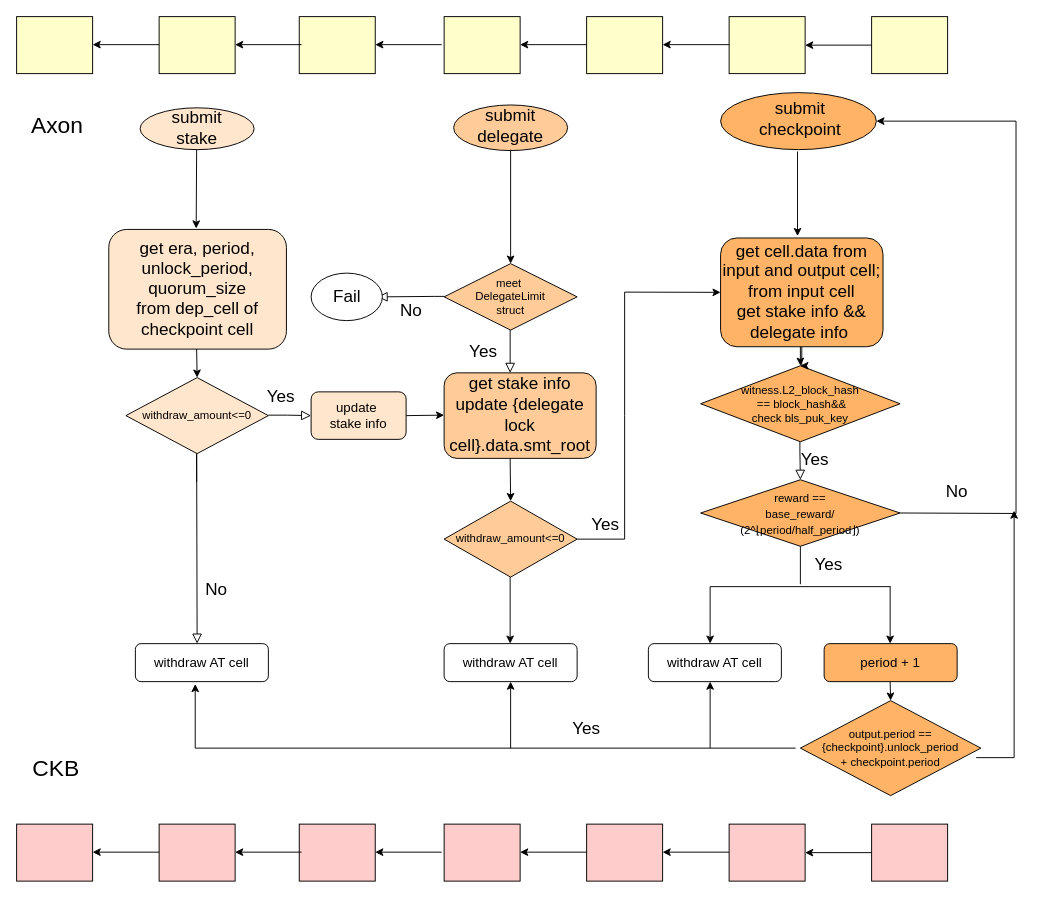
Earlier version of the draw.io diagram 侧链协议流程图.drawio (hongda3141/learngit). Source tidied: cells renumbered, new cells numbered last; positions are measured from the earlier drawing's top-left corner, leaving out a move shared by most shapes. Both pictures are drawn from the tidied source at 95%, with x=0, y=0 at pixel (16, 16).
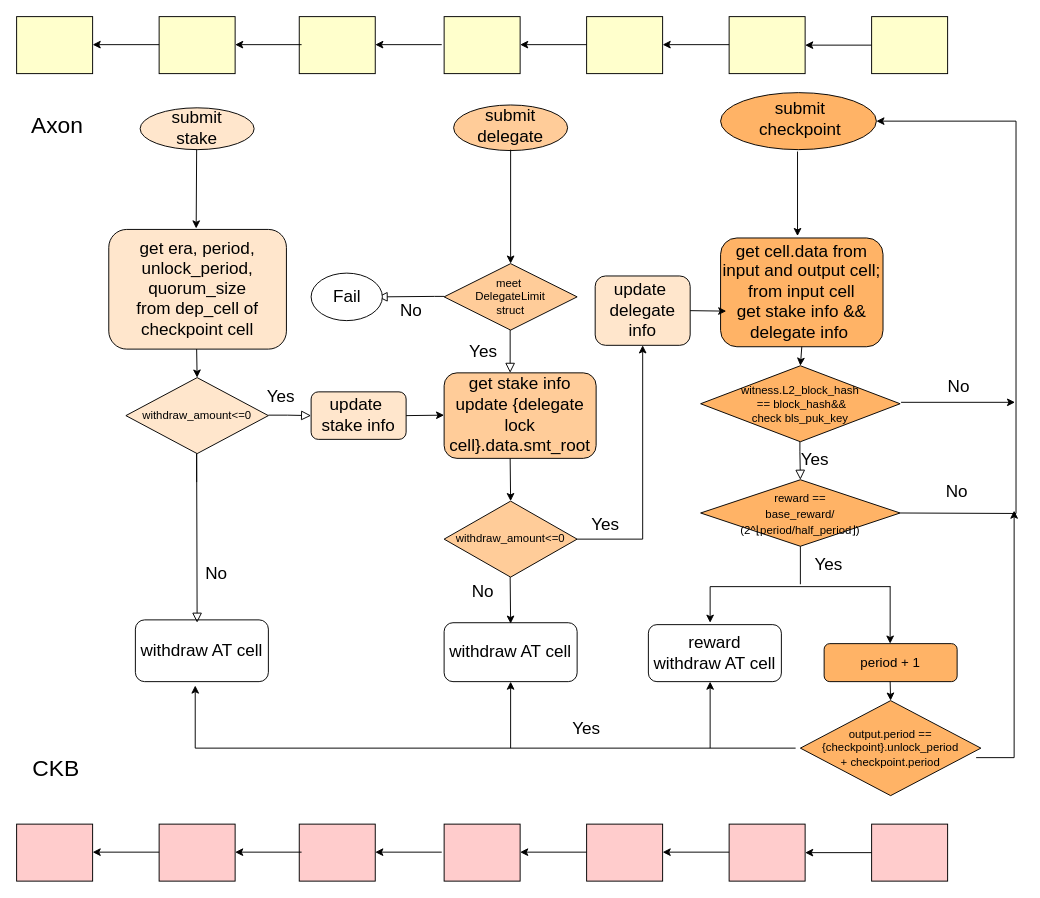
The same diagram, later.

Commit message:
更新侧链协议流程图.drawio

Unchanged cells that the change refers to:
```xml
<mxCell id="5" value="witness.L2_block_hash&lt;br&gt;&amp;nbsp;==&amp;nbsp;block_hash&amp;amp;&amp;amp;&lt;br&gt;check&amp;nbsp;bls_puk_key" style="text;strokeColor=none;align=center;fillColor=none;html=1;verticalAlign=middle;whiteSpace=wrap;rounded=0;" parent="1" vertex="1">
  <mxGeometry x="740" y="367.5" width="170" height="80" as="geometry" />
</mxCell>
<mxCell id="12" value="&lt;font style=&quot;&quot;&gt;&lt;font style=&quot;font-size: 18px;&quot;&gt;&lt;font style=&quot;&quot;&gt;get cell.data from&lt;br&gt;input and output cell;&lt;br&gt;&lt;/font&gt;from input cell&lt;br&gt;get stake info &amp;amp;&amp;amp;&lt;br&gt;delegate info&amp;nbsp;&lt;/font&gt;&lt;br&gt;&lt;/font&gt;" style="rounded=1;whiteSpace=wrap;html=1;fontSize=12;glass=0;strokeWidth=1;shadow=0;fillColor=#FFB366;" parent="1" vertex="1">
  <mxGeometry x="741" y="233" width="171" height="114.5" as="geometry" />
</mxCell>
<mxCell id="35" value="withdraw_amount&amp;lt;=0" style="rhombus;whiteSpace=wrap;html=1;rounded=0;fontFamily=Helvetica;fontSize=12;fontColor=default;fillColor=#FFCC99;gradientColor=none;" parent="1" vertex="1">
  <mxGeometry x="450" y="510" width="140" height="80" as="geometry" />
</mxCell>
<mxCell id="36" value="&lt;font style=&quot;font-size: 18px;&quot;&gt;Yes&lt;/font&gt;" style="text;strokeColor=none;align=center;fillColor=none;html=1;verticalAlign=middle;whiteSpace=wrap;rounded=0;fontSize=12;fontFamily=Helvetica;fontColor=default;" parent="1" vertex="1">
  <mxGeometry x="590" y="520" width="60" height="30" as="geometry" />
</mxCell>
```

The edit, as a diff of the source:
```diff
@@
-    <mxCell id="11" style="edgeStyle=orthogonalEdgeStyle;rounded=0;jettySize=auto;html=1;fontFamily=Helvetica;fontSize=12;fontColor=default;" parent="1" edge="1" source="12" target="5">
-      <mxGeometry relative="1" as="geometry" />
-    </mxCell>
@@
-    <mxCell id="14" style="endArrow=classic;html=1;rounded=0;fontSize=12;entryX=0.5;entryY=0;entryDx=0;entryDy=0;" parent="1" edge="1" target="5">
-      <mxGeometry relative="1" as="geometry">
-        <mxPoint x="825" y="347.5" as="sourcePoint" />
-      </mxGeometry>
-    </mxCell>
@@
-    <mxCell id="19" value="&lt;font style=&quot;font-size: 14px;&quot;&gt;withdraw AT cell&lt;br&gt;&lt;/font&gt;" style="rounded=1;whiteSpace=wrap;html=1;fontSize=12;glass=0;strokeWidth=1;shadow=0;" parent="1" vertex="1">
-      <mxGeometry x="125" y="660" width="140" height="40" as="geometry" />
+    <mxCell id="19" value="&lt;font style=&quot;&quot;&gt;&lt;font style=&quot;font-size: 18px;&quot;&gt;withdraw AT cell&lt;/font&gt;&lt;br&gt;&lt;/font&gt;" style="rounded=1;whiteSpace=wrap;html=1;fontSize=12;glass=0;strokeWidth=1;shadow=0;" parent="1" vertex="1">
+      <mxGeometry x="125" y="635" width="140" height="65" as="geometry" />
     </mxCell>
     <mxCell id="20" value="&lt;font style=&quot;font-size: 18px;&quot;&gt;No&lt;/font&gt;" style="rounded=0;html=1;jettySize=auto;orthogonalLoop=1;fontSize=11;endArrow=block;endFill=0;endSize=8;strokeWidth=1;shadow=0;labelBackgroundColor=none;edgeStyle=orthogonalEdgeStyle;" parent="1" edge="1">
       <mxGeometry x="0.5" y="20" relative="1" as="geometry">
         <mxPoint x="189.5" y="490" as="sourcePoint" />
-        <mxPoint x="190" y="660" as="targetPoint" />
+        <mxPoint x="190" y="638" as="targetPoint" />
         <Array as="points">
           <mxPoint x="190" y="460" />
         </Array>
       </mxGeometry>
     </mxCell>
-    <mxCell id="21" value="&lt;font style=&quot;font-size: 14px;&quot;&gt;update&amp;nbsp;&lt;br&gt;stake info&lt;br&gt;&lt;/font&gt;" style="rounded=1;whiteSpace=wrap;html=1;fontSize=12;glass=0;strokeWidth=1;shadow=0;fillColor=#FFE6CC;" parent="1" vertex="1">
+    <mxCell id="21" value="&lt;font style=&quot;&quot;&gt;&lt;font style=&quot;font-size: 18px;&quot;&gt;update&amp;nbsp;&lt;br&gt;stake info&lt;/font&gt;&lt;br&gt;&lt;/font&gt;" style="rounded=1;whiteSpace=wrap;html=1;fontSize=12;glass=0;strokeWidth=1;shadow=0;fillColor=#FFE6CC;" parent="1" vertex="1">
       <mxGeometry x="310" y="395" width="100" height="50" as="geometry" />
     </mxCell>
@@
-    <mxCell id="26" style="endArrow=classic;html=1;rounded=0;fontSize=12;exitX=1;exitY=0.5;exitDx=0;exitDy=0;entryX=0;entryY=0.5;entryDx=0;entryDy=0;" parent="1" edge="1" source="35" target="12">
-      <mxGeometry relative="1" as="geometry">
-        <Array as="points">
-          <mxPoint x="640" y="550" />
-          <mxPoint x="640" y="420" />
-          <mxPoint x="640" y="290" />
-        </Array>
-      </mxGeometry>
-    </mxCell>
@@
-    <mxCell id="38" value="&lt;font style=&quot;font-size: 14px;&quot;&gt;withdraw AT cell&lt;br&gt;&lt;/font&gt;" style="rounded=1;whiteSpace=wrap;html=1;fontSize=12;glass=0;strokeWidth=1;shadow=0;" parent="1" vertex="1">
-      <mxGeometry x="450" y="660" width="140" height="40" as="geometry" />
+    <mxCell id="38" value="&lt;font style=&quot;&quot;&gt;&lt;font style=&quot;font-size: 18px;&quot;&gt;withdraw AT cell&lt;/font&gt;&lt;br&gt;&lt;/font&gt;" style="rounded=1;whiteSpace=wrap;html=1;fontSize=12;glass=0;strokeWidth=1;shadow=0;" parent="1" vertex="1">
+      <mxGeometry x="450" y="638" width="140" height="62" as="geometry" />
     </mxCell>
@@
-    <mxCell id="71" value="&lt;font style=&quot;font-size: 14px;&quot;&gt;withdraw AT cell&lt;br&gt;&lt;/font&gt;" style="rounded=1;whiteSpace=wrap;html=1;fontSize=12;glass=0;strokeWidth=1;shadow=0;" parent="1" vertex="1">
-      <mxGeometry x="665" y="660" width="140" height="40" as="geometry" />
+    <mxCell id="71" value="&lt;font style=&quot;&quot;&gt;&lt;font style=&quot;font-size: 18px;&quot;&gt;reward&lt;br&gt;withdraw AT cell&lt;/font&gt;&lt;br&gt;&lt;/font&gt;" style="rounded=1;whiteSpace=wrap;html=1;fontSize=12;glass=0;strokeWidth=1;shadow=0;" parent="1" vertex="1">
+      <mxGeometry x="665" y="640" width="140" height="60" as="geometry" />
     </mxCell>
@@
     <mxCell id="74" style="endArrow=classic;html=1;rounded=0;fontSize=12;" parent="1" edge="1">
       <mxGeometry relative="1" as="geometry">
         <mxPoint x="519.5" y="590" as="sourcePoint" />
-        <mxPoint x="519.5" y="660" as="targetPoint" />
+        <mxPoint x="520" y="639" as="targetPoint" />
       </mxGeometry>
     </mxCell>
@@
     <mxCell id="78" style="endArrow=classic;html=1;rounded=0;fontSize=12;" parent="1" edge="1">
       <mxGeometry relative="1" as="geometry">
         <mxPoint x="730" y="600" as="sourcePoint" />
-        <mxPoint x="730" y="660" as="targetPoint" />
+        <mxPoint x="730" y="638" as="targetPoint" />
       </mxGeometry>
     </mxCell>
@@
+    <mxCell id="84" style="endArrow=classic;html=1;rounded=0;fontFamily=Helvetica;fontSize=18;fontColor=default;" parent="1" edge="1">
+      <mxGeometry relative="1" as="geometry">
+        <mxPoint x="931" y="406" as="sourcePoint" />
+        <mxPoint x="1051" y="406" as="targetPoint" />
+      </mxGeometry>
+    </mxCell>
+    <mxCell id="85" value="No" style="text;strokeColor=none;align=center;fillColor=none;html=1;verticalAlign=middle;whiteSpace=wrap;rounded=0;fontSize=18;fontFamily=Helvetica;fontColor=default;" parent="1" vertex="1">
+      <mxGeometry x="962" y="375" width="60" height="30" as="geometry" />
+    </mxCell>
+    <mxCell id="86" value="No" style="text;strokeColor=none;align=center;fillColor=none;html=1;verticalAlign=middle;whiteSpace=wrap;rounded=0;fontSize=18;fontFamily=Helvetica;fontColor=default;" parent="1" vertex="1">
+      <mxGeometry x="461" y="590" width="60" height="30" as="geometry" />
+    </mxCell>
+    <mxCell id="87" style="endArrow=classic;html=1;rounded=0;fontFamily=Helvetica;fontSize=18;fontColor=default;exitX=0;exitY=1;exitDx=0;exitDy=0;" parent="1" edge="1" source="36">
+      <mxGeometry relative="1" as="geometry">
+        <mxPoint x="659" y="346" as="targetPoint" />
+        <Array as="points">
+          <mxPoint x="659" y="550" />
+        </Array>
+      </mxGeometry>
+    </mxCell>
+    <mxCell id="88" value="&lt;font style=&quot;&quot;&gt;&lt;font style=&quot;font-size: 18px;&quot;&gt;update&amp;nbsp;&lt;br&gt;delegate info&lt;/font&gt;&lt;br&gt;&lt;/font&gt;" style="rounded=1;whiteSpace=wrap;html=1;fontSize=12;glass=0;strokeWidth=1;shadow=0;fillColor=#FFE6CC;" parent="1" vertex="1">
+      <mxGeometry x="609" y="273" width="100" height="73" as="geometry" />
+    </mxCell>
+    <mxCell id="89" style="endArrow=classic;html=1;rounded=0;fontFamily=Helvetica;fontSize=18;fontColor=default;exitX=1;exitY=0.5;exitDx=0;exitDy=0;" parent="1" edge="1" source="88">
+      <mxGeometry relative="1" as="geometry">
+        <mxPoint x="747" y="310" as="targetPoint" />
+      </mxGeometry>
+    </mxCell>
+    <mxCell id="11" style="endArrow=classic;html=1;rounded=0;fontFamily=Helvetica;fontSize=18;fontColor=default;exitX=0.5;exitY=1;exitDx=0;exitDy=0;entryX=0.5;entryY=0;entryDx=0;entryDy=0;" parent="1" edge="1" source="12" target="5">
+      <mxGeometry relative="1" as="geometry" />
+    </mxCell>
```
